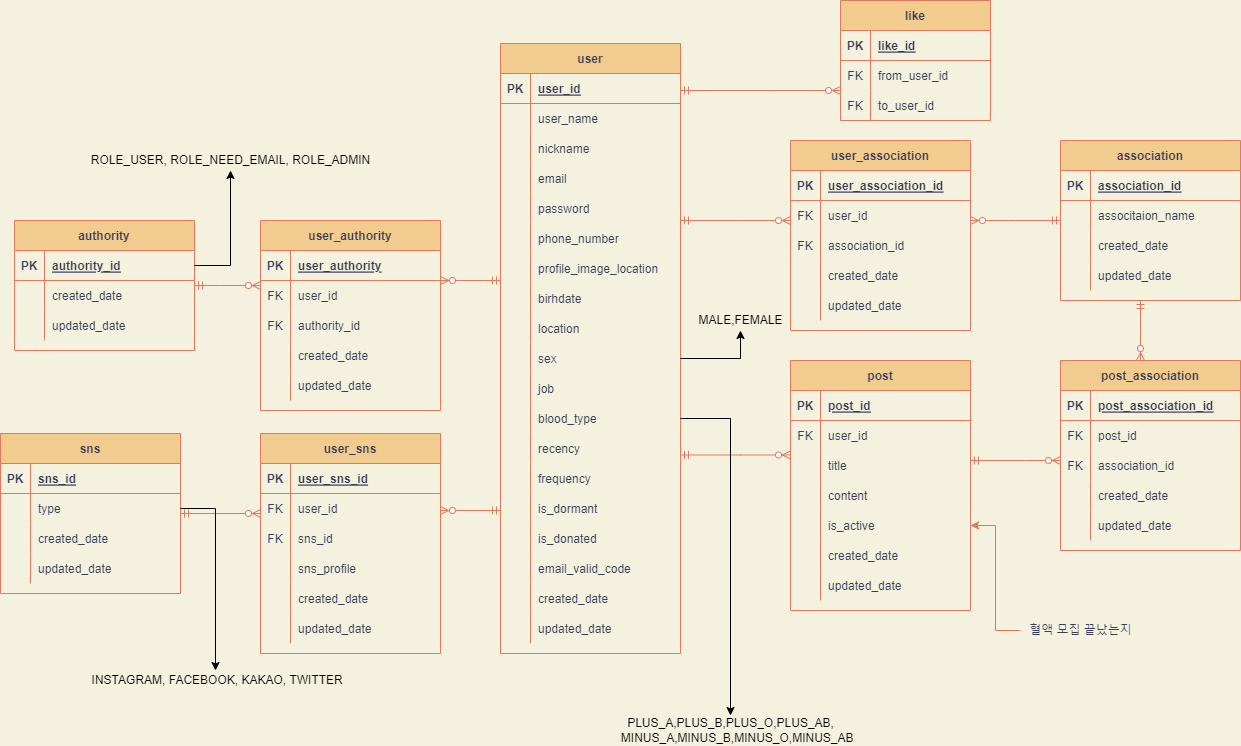
CYC0227/lab keeps this draw.io diagram as Untitled Diagram.drawio.png. Above is the earlier version. Source tidied: cells renumbered, new cells last; positions are measured from the earlier drawing's top-left corner, leaving out a move shared by most shapes.
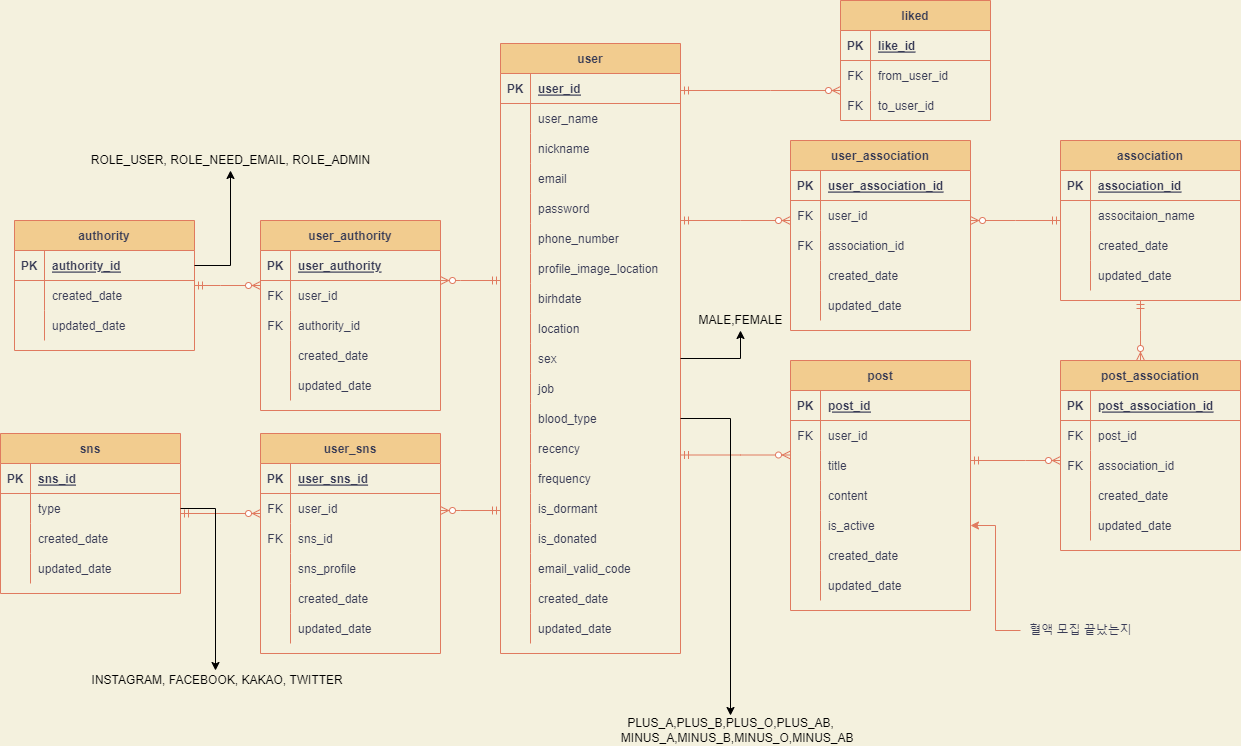
The same diagram one commit later.

The edit, as a diff of the source:
```diff
@@ -644,7 +644,7 @@
         </Array>
       </mxGeometry>
     </mxCell>
-    <mxCell id="197" value="like" style="shape=table;startSize=30;rowLines=0;fontStyle=1;align=center;fillColor=#F2CC8F;strokeColor=#E07A5F;fontColor=#393C56;" parent="1" vertex="1">
+    <mxCell id="197" value="liked" style="shape=table;startSize=30;rowLines=0;fontStyle=1;align=center;fillColor=#F2CC8F;strokeColor=#E07A5F;fontColor=#393C56;" parent="1" vertex="1">
       <mxGeometry x="840" width="150" height="120" as="geometry" />
     </mxCell>
     <mxCell id="198" style="shape=partialRectangle;fillColor=none;top=0;left=0;bottom=1;right=0;strokeColor=#E07A5F;fontColor=#393C56;" parent="197" vertex="1">
```
